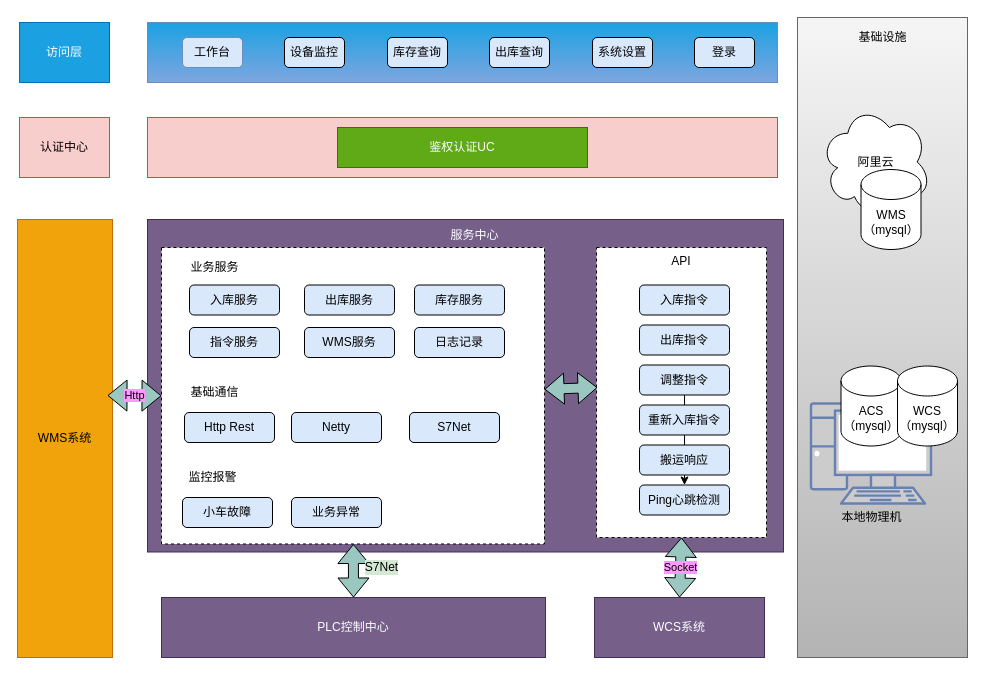
Above: page "多穿技术架构" (3 of 3) of diagrams/秒仓库存更新时序图.drawio in dengyulong/PublicStore (draw.io), before the change. Source tidied: cells renumbered, new cells numbered last; positions are measured from the earlier drawing's top-left corner, leaving out a move shared by most shapes. Both pictures are drawn from the tidied source at 100%, with x=0, y=0 at pixel (17, 17).
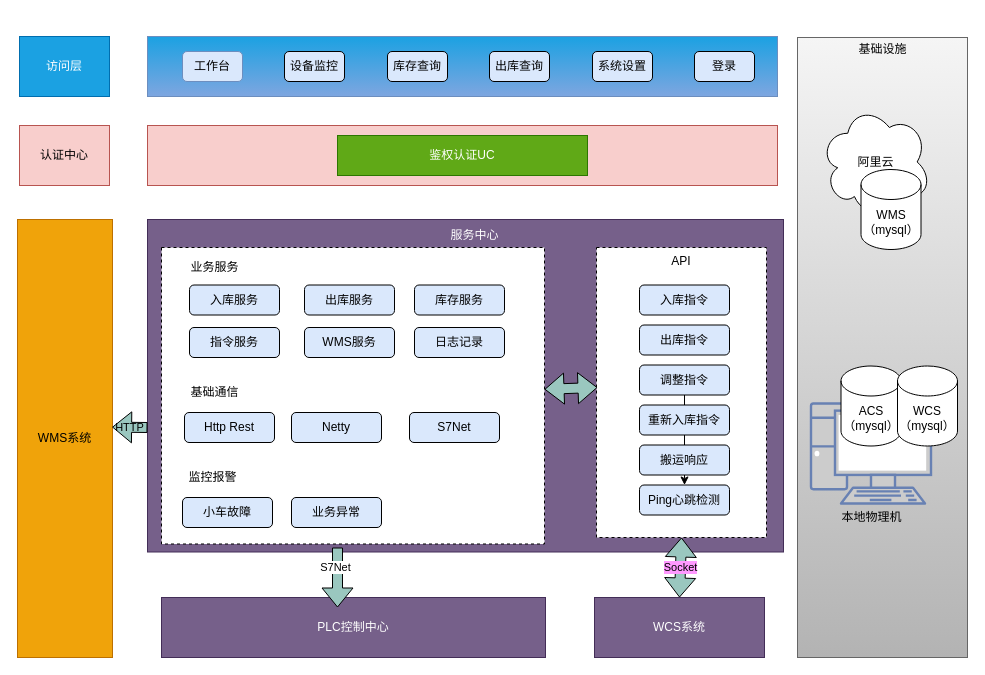
The same page after the edit.

Commit message:
更新秒仓库存更新时序图.drawio

Unchanged cells that the change refers to:
```xml
<mxCell id="5" style="rounded=0;whiteSpace=wrap;html=1;labelBackgroundColor=#FFFFFF;fontColor=#000000;fillColor=#FFFFFF;dashed=1;" parent="1" vertex="1">
  <mxGeometry x="144" y="230" width="383" height="296.5" as="geometry" />
</mxCell>
<mxCell id="9" value="PLC控制中心" style="rounded=0;whiteSpace=wrap;html=1;labelBackgroundColor=none;fillColor=#76608a;fontColor=#ffffff;strokeColor=#432D57;" parent="1" vertex="1">
  <mxGeometry x="144" y="580" width="384" height="60" as="geometry" />
</mxCell>
<mxCell id="47" value="WMS系统" style="whiteSpace=wrap;html=1;labelBackgroundColor=none;fillColor=#f0a30a;strokeColor=#BD7000;fontColor=#000000;" parent="1" vertex="1">
  <mxGeometry y="202" width="95" height="438" as="geometry" />
</mxCell>
```

What changed in the source:
```diff
@@
     <mxCell id="3" style="rounded=0;whiteSpace=wrap;html=1;labelBackgroundColor=#FFFFFF;fillColor=#f5f5f5;strokeColor=#666666;gradientColor=#b3b3b3;" parent="1" vertex="1">
-      <mxGeometry x="780" width="170" height="640" as="geometry" />
+      <mxGeometry x="780" y="20" width="170" height="620" as="geometry" />
     </mxCell>
@@
     <mxCell id="6" style="rounded=0;whiteSpace=wrap;html=1;labelBackgroundColor=#FFFFFF;fillColor=#f8cecc;strokeColor=#b85450;" parent="1" vertex="1">
-      <mxGeometry x="130" y="100" width="630" height="60" as="geometry" />
+      <mxGeometry x="130" y="108" width="630" height="60" as="geometry" />
     </mxCell>
     <mxCell id="7" style="whiteSpace=wrap;html=1;labelBackgroundColor=#FFFFFF;fillColor=#1BA1E2;gradientColor=#7ea6e0;strokeColor=#6c8ebf;" parent="1" vertex="1">
-      <mxGeometry x="130" y="5" width="630" height="60" as="geometry" />
+      <mxGeometry x="130" y="19" width="630" height="60" as="geometry" />
     </mxCell>
     <mxCell id="8" value="访问层" style="rounded=0;whiteSpace=wrap;html=1;labelBackgroundColor=none;verticalAlign=middle;align=center;fillColor=#1ba1e2;strokeColor=#006EAF;fontColor=#ffffff;" parent="1" vertex="1">
-      <mxGeometry x="2" y="5" width="90" height="60" as="geometry" />
+      <mxGeometry x="2" y="19" width="90" height="60" as="geometry" />
     </mxCell>
@@
     <mxCell id="10" value="鉴权认证UC" style="rounded=0;whiteSpace=wrap;html=1;labelBackgroundColor=none;fillColor=#60a917;fontColor=#ffffff;strokeColor=#2D7600;" parent="1" vertex="1">
-      <mxGeometry x="320" y="110" width="250" height="40" as="geometry" />
+      <mxGeometry x="320" y="118" width="250" height="40" as="geometry" />
     </mxCell>
@@
     <mxCell id="19" value="工作台" style="rounded=1;whiteSpace=wrap;html=1;labelBackgroundColor=none;fillColor=#dae8fc;strokeColor=#6c8ebf;" parent="1" vertex="1">
-      <mxGeometry x="165" y="20" width="60" height="30" as="geometry" />
+      <mxGeometry x="165" y="34" width="60" height="30" as="geometry" />
     </mxCell>
     <mxCell id="20" value="设备监控" style="rounded=1;whiteSpace=wrap;html=1;labelBackgroundColor=none;fontColor=#000000;fillColor=#DAE8FC;" parent="1" vertex="1">
-      <mxGeometry x="267" y="20" width="60" height="30" as="geometry" />
+      <mxGeometry x="267" y="34" width="60" height="30" as="geometry" />
     </mxCell>
     <mxCell id="21" value="库存查询" style="rounded=1;whiteSpace=wrap;html=1;labelBackgroundColor=none;fontColor=#000000;fillColor=#DAE8FC;" parent="1" vertex="1">
-      <mxGeometry x="370" y="20" width="60" height="30" as="geometry" />
+      <mxGeometry x="370" y="34" width="60" height="30" as="geometry" />
     </mxCell>
     <mxCell id="22" value="出库查询" style="rounded=1;whiteSpace=wrap;html=1;labelBackgroundColor=none;fontColor=#000000;fillColor=#DAE8FC;" parent="1" vertex="1">
-      <mxGeometry x="472" y="20" width="60" height="30" as="geometry" />
+      <mxGeometry x="472" y="34" width="60" height="30" as="geometry" />
     </mxCell>
     <mxCell id="23" value="系统设置" style="rounded=1;whiteSpace=wrap;html=1;labelBackgroundColor=none;fontColor=#000000;fillColor=#DAE8FC;" parent="1" vertex="1">
-      <mxGeometry x="575" y="20" width="60" height="30" as="geometry" />
+      <mxGeometry x="575" y="34" width="60" height="30" as="geometry" />
     </mxCell>
     <mxCell id="24" value="登录" style="rounded=1;whiteSpace=wrap;html=1;labelBackgroundColor=none;fontColor=#000000;fillColor=#DAE8FC;" parent="1" vertex="1">
-      <mxGeometry x="677" y="20" width="60" height="30" as="geometry" />
+      <mxGeometry x="677" y="34" width="60" height="30" as="geometry" />
     </mxCell>
@@
     <mxCell id="37" value="基础设施" style="text;html=1;align=center;verticalAlign=middle;strokeColor=none;fillColor=none;fontColor=#000000;" parent="1" vertex="1">
-      <mxGeometry x="835" y="10" width="60" height="20" as="geometry" />
+      <mxGeometry x="835" y="22" width="60" height="20" as="geometry" />
     </mxCell>
@@
-    <mxCell id="48" style="shape=flexArrow;endArrow=classic;startArrow=classic;html=1;rounded=0;labelBackgroundColor=#FF99FF;sketch=0;fontColor=#000000;fillColor=#9AC7BF;exitX=0.5;exitY=0;exitDx=0;exitDy=0;" parent="1" edge="1" source="9" target="5">
-      <mxGeometry relative="1" as="geometry" />
-    </mxCell>
-    <mxCell id="49" value="&lt;span style=&quot;font-size: 12px&quot;&gt;S7Net&lt;/span&gt;" style="edgeLabel;html=1;align=center;verticalAlign=middle;fontColor=#000000;labelBackgroundColor=#D5E8D4;" parent="48" vertex="1">
-      <mxGeometry x="0.37" y="-9" relative="1" as="geometry">
-        <mxPoint x="19" y="7" as="offset" />
-      </mxGeometry>
-    </mxCell>
@@
-    <mxCell id="51" value="Http" style="shape=flexArrow;endArrow=classic;startArrow=classic;html=1;rounded=0;labelBackgroundColor=#FF99FF;sketch=0;fontColor=#000000;startSize=6;endSize=6;strokeWidth=1;fillColor=#9AC7BF;entryX=0;entryY=0.5;entryDx=0;entryDy=0;" parent="1" edge="1" target="5">
-      <mxGeometry relative="1" as="geometry">
-        <mxPoint x="90" y="378" as="sourcePoint" />
-      </mxGeometry>
-    </mxCell>
@@
     <mxCell id="53" value="认证中心" style="rounded=0;whiteSpace=wrap;html=1;labelBackgroundColor=none;verticalAlign=middle;align=center;fillColor=#f8cecc;strokeColor=#b85450;" parent="1" vertex="1">
-      <mxGeometry x="2" y="100" width="90" height="60" as="geometry" />
+      <mxGeometry x="2" y="108" width="90" height="60" as="geometry" />
     </mxCell>
+    <mxCell id="54" value="HTTP" style="shape=flexArrow;endArrow=classic;html=1;rounded=0;labelBackgroundColor=none;sketch=0;fontColor=#000000;strokeWidth=1;fillColor=#9AC7BF;entryX=0.996;entryY=0.474;entryDx=0;entryDy=0;entryPerimeter=0;" parent="1" edge="1" target="47">
+      <mxGeometry relative="1" as="geometry">
+        <mxPoint x="130" y="410" as="sourcePoint" />
+      </mxGeometry>
+    </mxCell>
+    <mxCell id="55" style="shape=flexArrow;endArrow=classic;html=1;rounded=0;labelBackgroundColor=none;sketch=0;fontColor=#000000;strokeWidth=1;fillColor=#9AC7BF;" parent="1" edge="1">
+      <mxGeometry relative="1" as="geometry">
+        <mxPoint x="320" y="530" as="sourcePoint" />
+        <mxPoint x="320" y="590" as="targetPoint" />
+      </mxGeometry>
+    </mxCell>
+    <mxCell id="49" value="S7Net" style="edgeLabel;html=1;align=center;verticalAlign=middle;fontColor=#000000;" parent="55" vertex="1">
+      <mxGeometry x="-0.38" y="-3" relative="1" as="geometry" />
+    </mxCell>
```
